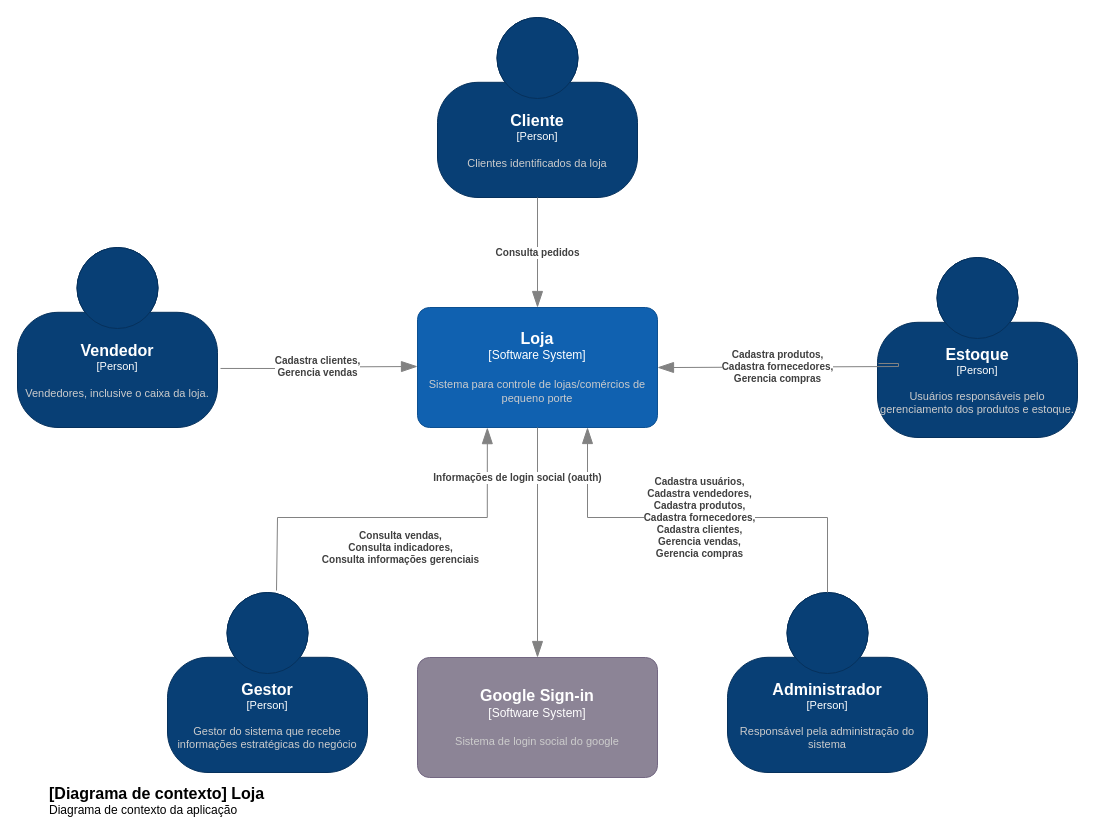
The draw.io diagram projeto/documentacao/C4Model-Nivel_1_Contexto.drawio in adjamirgalvao/pucminas, before the edit. Source tidied: cells renumbered, new cells numbered last; positions are measured from the earlier drawing's top-left corner, leaving out a move shared by most shapes. Both pictures are drawn from the tidied source at 100%, with x=0, y=0 at pixel (17, 17).
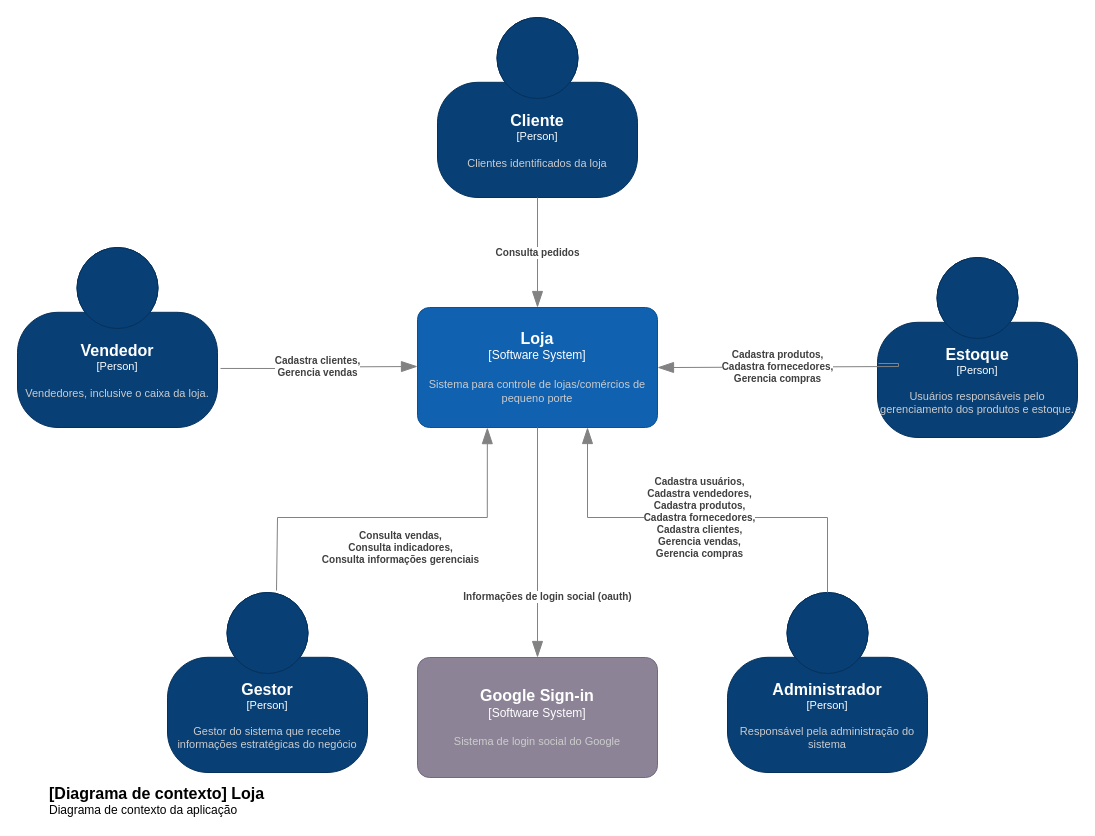
Above is the later version.

Commit message (it also covers changes not shown here):
corrigindo modelo

The change refers to these unchanged cells:
```xml
<object id="3" label="&lt;font style=&quot;font-size: 16px&quot;&gt;&lt;b&gt;%c4Name%&lt;/b&gt;&lt;/font&gt;&lt;div&gt;[%c4Type%]&lt;/div&gt;&lt;br&gt;&lt;div&gt;&lt;font style=&quot;font-size: 11px&quot;&gt;&lt;font color=&quot;#cccccc&quot;&gt;%c4Description%&lt;/font&gt;&lt;/div&gt;" c4Description="Sistema para controle de lojas/comércios de pequeno porte" c4Name="Loja" c4Type="Software System" placeholders="1">
  <mxCell style="rounded=1;whiteSpace=wrap;html=1;labelBackgroundColor=none;fillColor=#1061B0;fontColor=#ffffff;align=center;arcSize=10;strokeColor=#0D5091;points=[[0.25,0,0],[0.5,0,0],[0.75,0,0],[1,0.25,0],[1,0.5,0],[1,0.75,0],[0.75,1,0],[0.5,1,0],[0.25,1,0],[0,0.75,0],[0,0.5,0],[0,0.25,0]];" parent="1" vertex="1">
    <mxGeometry x="400" y="290" width="240" height="120" as="geometry" />
  </mxCell>
</object>
```

What changed in the source:
```diff
@@
     <object id="14" label="&lt;div style=&quot;text-align: left&quot;&gt;&lt;div style=&quot;text-align: center&quot;&gt;&lt;b&gt;%c4Description%&lt;/b&gt;&lt;/div&gt;" c4Description="Informações de login social (oauth)" placeholders="1">
       <mxCell style="endArrow=blockThin;html=1;fontSize=10;fontColor=#404040;strokeWidth=1;endFill=1;strokeColor=#828282;elbow=vertical;endSize=14;startSize=14;jumpStyle=arc;jumpSize=16;rounded=0;edgeStyle=orthogonalEdgeStyle;entryX=0.5;entryY=0;entryDx=0;entryDy=0;entryPerimeter=0;exitX=0.5;exitY=1;exitDx=0;exitDy=0;exitPerimeter=0;" parent="1" edge="1" source="3" target="15">
-        <mxGeometry x="-0.57" y="-20" relative="1" as="geometry">
-          <mxPoint y="1" as="offset" />
+        <mxGeometry x="0.48" y="10" relative="1" as="geometry">
+          <mxPoint y="-1" as="offset" />
         </mxGeometry>
       </mxCell>
     </object>
-    <object id="15" label="&lt;font style=&quot;font-size: 16px&quot;&gt;&lt;b&gt;%c4Name%&lt;/b&gt;&lt;/font&gt;&lt;div&gt;[%c4Type%]&lt;/div&gt;&lt;br&gt;&lt;div&gt;&lt;font style=&quot;font-size: 11px&quot;&gt;&lt;font color=&quot;#cccccc&quot;&gt;%c4Description%&lt;/font&gt;&lt;/div&gt;" c4Description="Sistema de login social do google" c4Name="Google Sign-in" c4Type="Software System" placeholders="1">
+    <object id="15" label="&lt;font style=&quot;font-size: 16px&quot;&gt;&lt;b&gt;%c4Name%&lt;/b&gt;&lt;/font&gt;&lt;div&gt;[%c4Type%]&lt;/div&gt;&lt;br&gt;&lt;div&gt;&lt;font style=&quot;font-size: 11px&quot;&gt;&lt;font color=&quot;#cccccc&quot;&gt;%c4Description%&lt;/font&gt;&lt;/div&gt;" c4Description="Sistema de login social do Google" c4Name="Google Sign-in" c4Type="Software System" placeholders="1">
       <mxCell style="rounded=1;whiteSpace=wrap;html=1;labelBackgroundColor=none;fillColor=#8C8496;fontColor=#ffffff;align=center;arcSize=10;strokeColor=#736782;points=[[0.25,0,0],[0.5,0,0],[0.75,0,0],[1,0.25,0],[1,0.5,0],[1,0.75,0],[0.75,1,0],[0.5,1,0],[0.25,1,0],[0,0.75,0],[0,0.5,0],[0,0.25,0]];fontSize=12;" parent="1" vertex="1">
         <mxGeometry x="400" y="640" width="240" height="120" as="geometry" />
       </mxCell>
     </object>
```
